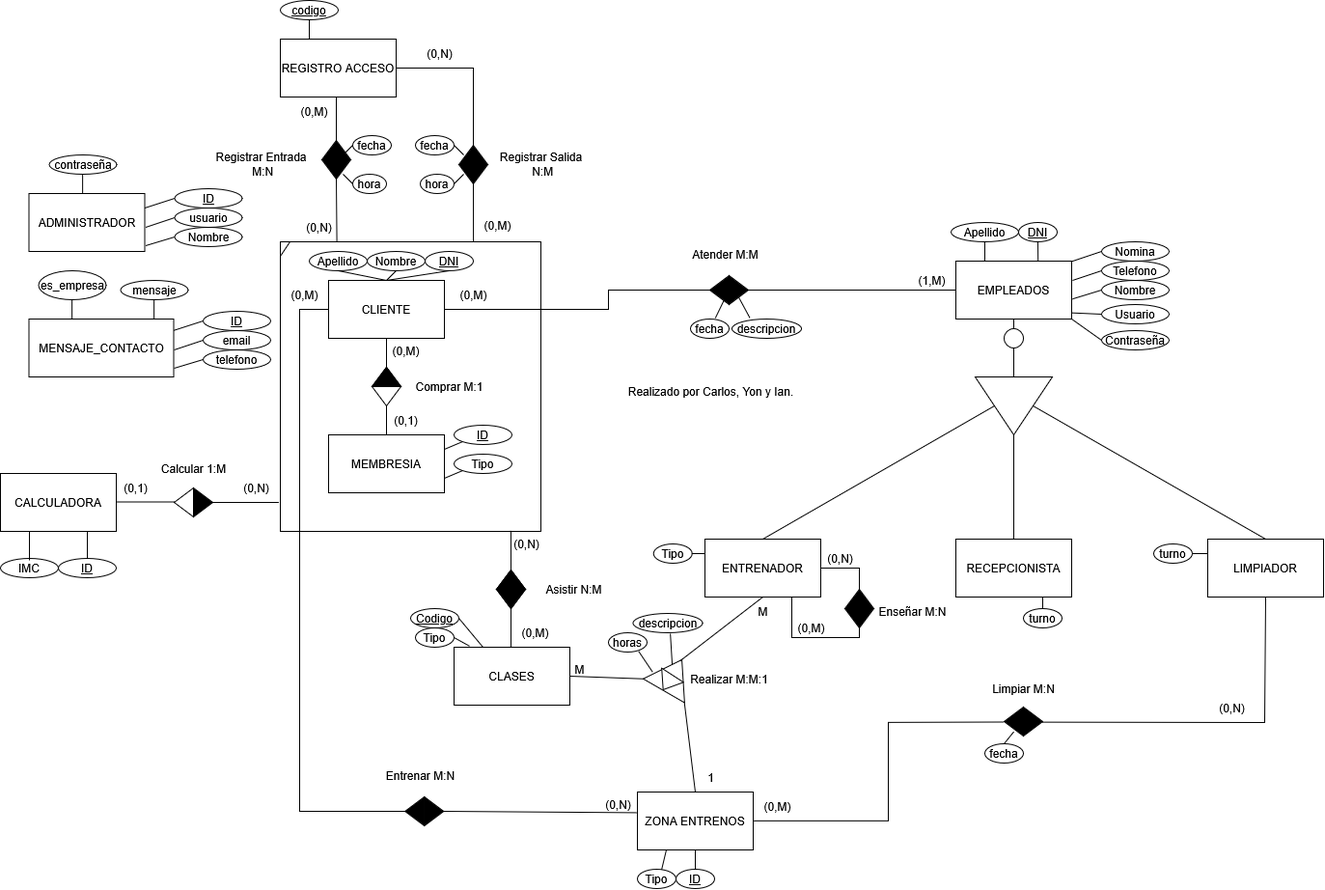
Above: BaseDatos/Entidad Relacion/Entidad Relacion.drawio.png in cmr-dam/ProyectoIntermodular-ICY (draw.io), before the change. Source tidied: cells renumbered, new cells last; positions are measured from the earlier drawing's top-left corner, leaving out a move shared by most shapes.
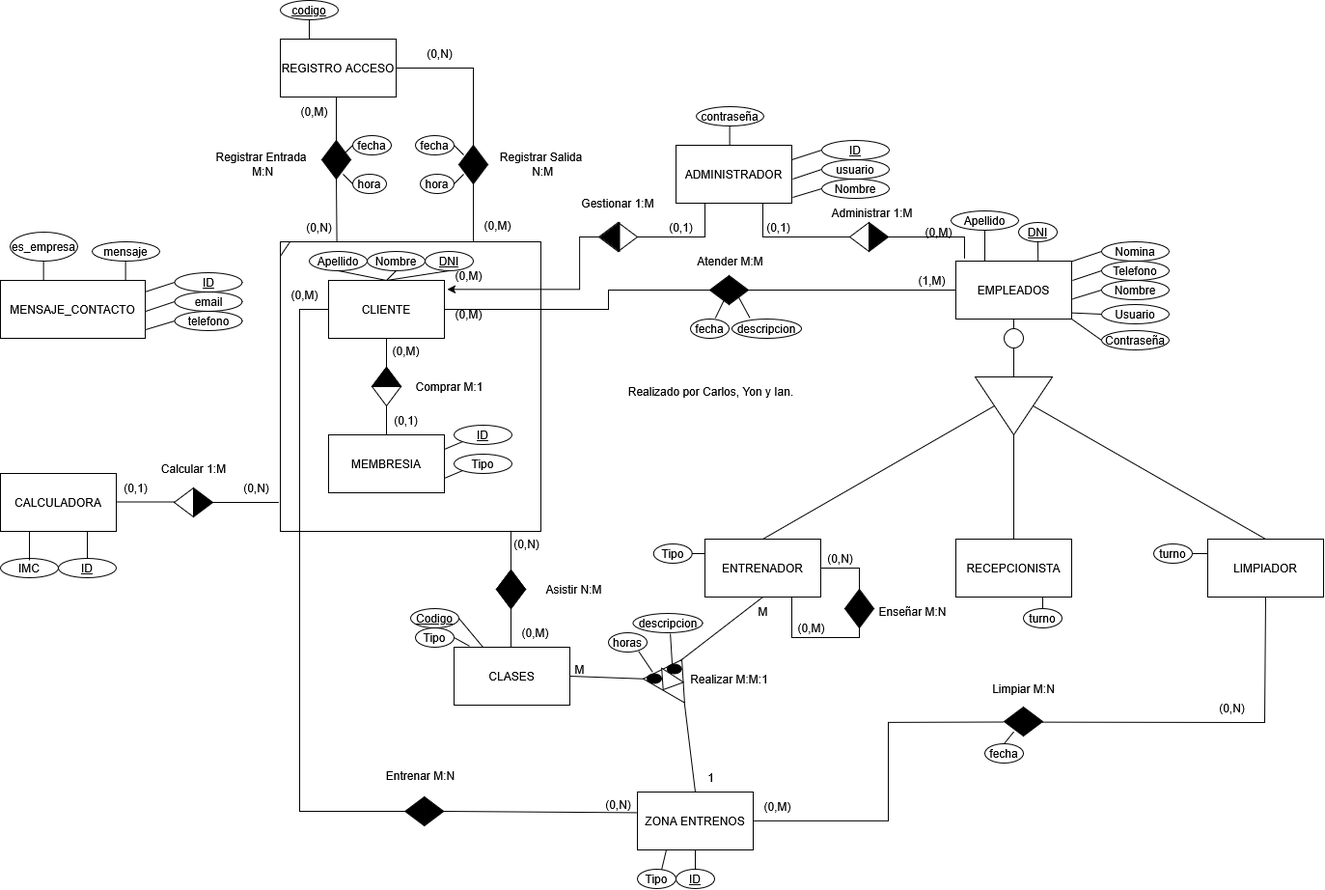
After the commit.

Commit message:
Se actualiza el ER, y se añade la memoria del proyecto intermodular

What changed in the source:
```diff
@@ -60,9 +60,6 @@
     <mxCell id="19" value="Comprar M:1" style="text;html=1;align=center;verticalAlign=middle;strokeColor=none;fillColor=none;" parent="18" vertex="1">
       <mxGeometry x="130" y="135" width="90" height="30" as="geometry" />
     </mxCell>
-    <mxCell id="20" value="(0,M)" style="text;html=1;align=center;verticalAlign=middle;strokeColor=none;fillColor=none;" parent="18" vertex="1">
-      <mxGeometry x="175" y="40" width="50" height="30" as="geometry" />
-    </mxCell>
     <mxCell id="21" style="triangle;whiteSpace=wrap;html=1;rotation=-90;fillColor=light-dark(#000000,#000000);" parent="18" vertex="1">
       <mxGeometry x="100" y="125" width="20" height="30" as="geometry" />
     </mxCell>
@@ -75,6 +72,12 @@
     <mxCell id="24" style="triangle;whiteSpace=wrap;html=1;rotation=-90;fillStyle=solid;fillColor=#000000;" parent="18" vertex="1">
       <mxGeometry x="100" y="125" width="20" height="30" as="geometry" />
     </mxCell>
+    <mxCell id="178" value="(0,M)" style="text;html=1;align=center;verticalAlign=middle;strokeColor=none;fillColor=none;" parent="18" vertex="1">
+      <mxGeometry x="170" y="60" width="50" height="30" as="geometry" />
+    </mxCell>
+    <mxCell id="179" value="(0,M)" style="text;html=1;align=center;verticalAlign=middle;strokeColor=none;fillColor=none;" parent="18" vertex="1">
+      <mxGeometry x="170" y="20" width="50" height="30" as="geometry" />
+    </mxCell>
     <mxCell id="25" style="endArrow=none;html=1;rounded=0;exitX=-0.006;exitY=0.9;exitDx=0;exitDy=0;exitPerimeter=0;" parent="1" edge="1" source="18">
       <mxGeometry relative="1" as="geometry">
         <mxPoint x="220" y="520" as="targetPoint" />
@@ -310,7 +313,7 @@
       <mxGeometry x="1141" y="290" width="70" height="20" as="geometry" />
     </mxCell>
     <mxCell id="90" value="Apellido" style="ellipse;whiteSpace=wrap;html=1;" parent="1" vertex="1">
-      <mxGeometry x="985" y="230" width="70" height="20" as="geometry" />
+      <mxGeometry x="985" y="218" width="70" height="20" as="geometry" />
     </mxCell>
     <mxCell id="91" value="Nomina" style="ellipse;whiteSpace=wrap;html=1;" parent="1" vertex="1">
       <mxGeometry x="1141" y="250" width="70" height="20" as="geometry" />
@@ -424,7 +427,7 @@
       <mxGeometry x="705" y="687.5" width="100" height="30" as="geometry" />
     </mxCell>
     <mxCell id="120" value="Atender M:M" style="text;html=1;align=center;verticalAlign=middle;strokeColor=none;fillColor=none;" parent="1" vertex="1">
-      <mxGeometry x="705.7" y="248" width="90" height="30" as="geometry" />
+      <mxGeometry x="711" y="255" width="90" height="30" as="geometry" />
     </mxCell>
     <mxCell id="121" style="endArrow=none;html=1;rounded=0;exitX=1;exitY=0.5;exitDx=0;exitDy=0;entryX=0;entryY=0.5;entryDx=0;entryDy=0;" parent="1" edge="1" source="2">
       <mxGeometry relative="1" as="geometry">
@@ -488,93 +491,12 @@
     <mxCell id="137" style="triangle;whiteSpace=wrap;html=1;rotation=-180;fillColor=#000000;fillStyle=solid;" parent="1" vertex="1">
       <mxGeometry x="735" y="285" width="20" height="30" as="geometry" />
     </mxCell>
-    <mxCell id="138" value="ADMINISTRADOR" style="rounded=0;whiteSpace=wrap;html=1;" parent="1" vertex="1">
-      <mxGeometry x="29.5" y="200" width="120" height="60" as="geometry" />
-    </mxCell>
-    <mxCell id="139" value="usuario" style="ellipse;whiteSpace=wrap;html=1;" parent="1" vertex="1">
-      <mxGeometry x="180.5" y="215" width="70" height="20" as="geometry" />
-    </mxCell>
-    <mxCell id="140" value="Nombre" style="ellipse;whiteSpace=wrap;html=1;" parent="1" vertex="1">
-      <mxGeometry x="180.5" y="235" width="70" height="20" as="geometry" />
-    </mxCell>
-    <mxCell id="141" value="&lt;u&gt;ID&lt;/u&gt;" style="ellipse;whiteSpace=wrap;html=1;" parent="1" vertex="1">
-      <mxGeometry x="180.5" y="195" width="70" height="20" as="geometry" />
-    </mxCell>
-    <mxCell id="142" style="endArrow=none;html=1;rounded=0;entryX=0;entryY=0.5;entryDx=0;entryDy=0;exitX=0.992;exitY=0.173;exitDx=0;exitDy=0;exitPerimeter=0;" parent="1" edge="1" target="141">
-      <mxGeometry relative="1" as="geometry">
-        <mxPoint x="149.5" y="215" as="sourcePoint" />
-      </mxGeometry>
-    </mxCell>
-    <mxCell id="143" style="endArrow=none;html=1;rounded=0;entryX=0;entryY=0.5;entryDx=0;entryDy=0;exitX=1;exitY=0.5;exitDx=0;exitDy=0;" parent="1" edge="1" target="139">
-      <mxGeometry relative="1" as="geometry">
-        <mxPoint x="150.5" y="235" as="sourcePoint" />
-      </mxGeometry>
-    </mxCell>
-    <mxCell id="144" style="endArrow=none;html=1;rounded=0;entryX=0;entryY=0.5;entryDx=0;entryDy=0;exitX=1;exitY=0.82;exitDx=0;exitDy=0;exitPerimeter=0;" parent="1" edge="1" target="140">
-      <mxGeometry relative="1" as="geometry">
-        <mxPoint x="150.5" y="254" as="sourcePoint" />
-      </mxGeometry>
-    </mxCell>
-    <mxCell id="145" value="contraseña" style="ellipse;whiteSpace=wrap;html=1;" parent="1" vertex="1">
-      <mxGeometry x="50.5" y="160" width="70" height="20" as="geometry" />
-    </mxCell>
-    <mxCell id="146" style="endArrow=none;html=1;rounded=0;entryX=0.5;entryY=1;entryDx=0;entryDy=0;exitX=0.25;exitY=0;exitDx=0;exitDy=0;" parent="1" edge="1">
-      <mxGeometry relative="1" as="geometry">
-        <mxPoint x="85.1" y="200" as="sourcePoint" />
-        <mxPoint x="85.1" y="180" as="targetPoint" />
-      </mxGeometry>
-    </mxCell>
-    <mxCell id="147" value="email" style="ellipse;whiteSpace=wrap;html=1;" parent="1" vertex="1">
-      <mxGeometry x="210" y="342" width="70" height="20" as="geometry" />
-    </mxCell>
-    <mxCell id="148" value="telefono" style="ellipse;whiteSpace=wrap;html=1;" parent="1" vertex="1">
-      <mxGeometry x="210" y="362" width="70" height="20" as="geometry" />
-    </mxCell>
-    <mxCell id="149" value="&lt;u&gt;ID&lt;/u&gt;" style="ellipse;whiteSpace=wrap;html=1;" parent="1" vertex="1">
-      <mxGeometry x="210" y="322" width="70" height="20" as="geometry" />
-    </mxCell>
-    <mxCell id="150" style="endArrow=none;html=1;rounded=0;entryX=0;entryY=0.5;entryDx=0;entryDy=0;exitX=0.992;exitY=0.173;exitDx=0;exitDy=0;exitPerimeter=0;" parent="1" edge="1" target="149">
-      <mxGeometry relative="1" as="geometry">
-        <mxPoint x="179" y="342" as="sourcePoint" />
-      </mxGeometry>
-    </mxCell>
-    <mxCell id="151" style="endArrow=none;html=1;rounded=0;entryX=0;entryY=0.5;entryDx=0;entryDy=0;exitX=1;exitY=0.5;exitDx=0;exitDy=0;" parent="1" edge="1" target="147">
-      <mxGeometry relative="1" as="geometry">
-        <mxPoint x="180" y="362" as="sourcePoint" />
-      </mxGeometry>
-    </mxCell>
-    <mxCell id="152" style="endArrow=none;html=1;rounded=0;entryX=0;entryY=0.5;entryDx=0;entryDy=0;exitX=1;exitY=0.82;exitDx=0;exitDy=0;exitPerimeter=0;" parent="1" edge="1" target="148">
-      <mxGeometry relative="1" as="geometry">
-        <mxPoint x="180" y="381" as="sourcePoint" />
-      </mxGeometry>
-    </mxCell>
-    <mxCell id="153" value="mensaje" style="ellipse;whiteSpace=wrap;html=1;" parent="1" vertex="1">
-      <mxGeometry x="124.5" y="290" width="70" height="20" as="geometry" />
-    </mxCell>
-    <mxCell id="154" style="endArrow=none;html=1;rounded=0;entryX=0.5;entryY=1;entryDx=0;entryDy=0;exitX=0.25;exitY=0;exitDx=0;exitDy=0;" parent="1" edge="1">
-      <mxGeometry relative="1" as="geometry">
-        <mxPoint x="159.1" y="330" as="sourcePoint" />
-        <mxPoint x="159.1" y="310" as="targetPoint" />
-      </mxGeometry>
-    </mxCell>
-    <mxCell id="155" value="es_empresa" style="ellipse;whiteSpace=wrap;html=1;" parent="1" vertex="1">
-      <mxGeometry x="39.5" y="280" width="70" height="30" as="geometry" />
-    </mxCell>
-    <mxCell id="156" style="endArrow=none;html=1;rounded=0;entryX=0.5;entryY=1;entryDx=0;entryDy=0;exitX=0.25;exitY=0;exitDx=0;exitDy=0;" parent="1" edge="1">
-      <mxGeometry relative="1" as="geometry">
-        <mxPoint x="74.1" y="330" as="sourcePoint" />
-        <mxPoint x="74.1" y="310" as="targetPoint" />
-      </mxGeometry>
-    </mxCell>
     <mxCell id="157" style="triangle;whiteSpace=wrap;html=1;rotation=-90;fillStyle=solid;fillColor=#000000;" parent="1" vertex="1">
       <mxGeometry x="519" y="585" width="20" height="30" as="geometry" />
     </mxCell>
     <mxCell id="158" style="triangle;whiteSpace=wrap;html=1;rotation=90;fillStyle=solid;fillColor=#000000;" parent="1" vertex="1">
       <mxGeometry x="519" y="605" width="20" height="30" as="geometry" />
     </mxCell>
-    <mxCell id="159" value="MENSAJE_CONTACTO" style="rounded=0;whiteSpace=wrap;html=1;" parent="1" vertex="1">
-      <mxGeometry x="29.5" y="330" width="150" height="60" as="geometry" />
-    </mxCell>
     <mxCell id="160" style="endArrow=none;html=1;rounded=0;exitX=0;exitY=0.5;exitDx=0;exitDy=0;" parent="1" edge="1" source="2">
       <mxGeometry relative="1" as="geometry">
         <mxPoint x="420" y="840" as="targetPoint" />
@@ -637,5 +559,151 @@
     <mxCell id="177" style="endArrow=none;html=1;rounded=0;entryX=0;entryY=0.5;entryDx=0;entryDy=0;exitX=1;exitY=1;exitDx=0;exitDy=0;" parent="1" edge="1" source="83" target="176">
       <mxGeometry relative="1" as="geometry" />
     </mxCell>
+    <mxCell id="180" style="ellipse;fillColor=strokeColor;html=1;" parent="1" vertex="1">
+      <mxGeometry x="670" y="697.5" width="15" height="10" as="geometry" />
+    </mxCell>
+    <mxCell id="181" style="ellipse;fillColor=strokeColor;html=1;" parent="1" vertex="1">
+      <mxGeometry x="690.7" y="687.5" width="15" height="10" as="geometry" />
+    </mxCell>
+    <mxCell id="182" style="edgeStyle=orthogonalEdgeStyle;rounded=0;jettySize=auto;html=1;entryX=1;entryY=0.5;entryDx=0;entryDy=0;exitX=0.75;exitY=1;exitDx=0;exitDy=0;endArrow=none;endFill=0;" parent="1" edge="1" source="138" target="196">
+      <mxGeometry relative="1" as="geometry">
+        <Array as="points">
+          <mxPoint x="790" y="245" />
+        </Array>
+      </mxGeometry>
+    </mxCell>
+    <mxCell id="183" style="edgeStyle=orthogonalEdgeStyle;rounded=0;jettySize=auto;html=1;entryX=1;entryY=0.5;entryDx=0;entryDy=0;exitX=0.25;exitY=1;exitDx=0;exitDy=0;endArrow=none;endFill=0;" parent="1" edge="1" source="138" target="199">
+      <mxGeometry relative="1" as="geometry">
+        <Array as="points">
+          <mxPoint x="730" y="245" />
+        </Array>
+      </mxGeometry>
+    </mxCell>
+    <mxCell id="138" value="ADMINISTRADOR" style="rounded=0;whiteSpace=wrap;html=1;" parent="1" vertex="1">
+      <mxGeometry x="700" y="150" width="120" height="60" as="geometry" />
+    </mxCell>
+    <mxCell id="139" value="usuario" style="ellipse;whiteSpace=wrap;html=1;" parent="1" vertex="1">
+      <mxGeometry x="851" y="165" width="70" height="20" as="geometry" />
+    </mxCell>
+    <mxCell id="140" value="Nombre" style="ellipse;whiteSpace=wrap;html=1;" parent="1" vertex="1">
+      <mxGeometry x="851" y="185" width="70" height="20" as="geometry" />
+    </mxCell>
+    <mxCell id="184" value="&lt;u&gt;ID&lt;/u&gt;" style="ellipse;whiteSpace=wrap;html=1;" parent="1" vertex="1">
+      <mxGeometry x="851" y="145" width="70" height="20" as="geometry" />
+    </mxCell>
+    <mxCell id="185" style="endArrow=none;html=1;rounded=0;entryX=0;entryY=0.5;entryDx=0;entryDy=0;exitX=0.992;exitY=0.173;exitDx=0;exitDy=0;exitPerimeter=0;" parent="1" edge="1" target="184">
+      <mxGeometry relative="1" as="geometry">
+        <mxPoint x="820" y="165" as="sourcePoint" />
+      </mxGeometry>
+    </mxCell>
+    <mxCell id="186" style="endArrow=none;html=1;rounded=0;entryX=0;entryY=0.5;entryDx=0;entryDy=0;exitX=1;exitY=0.5;exitDx=0;exitDy=0;" parent="1" edge="1" target="139">
+      <mxGeometry relative="1" as="geometry">
+        <mxPoint x="821" y="185" as="sourcePoint" />
+      </mxGeometry>
+    </mxCell>
+    <mxCell id="187" style="endArrow=none;html=1;rounded=0;entryX=0;entryY=0.5;entryDx=0;entryDy=0;exitX=1;exitY=0.82;exitDx=0;exitDy=0;exitPerimeter=0;" parent="1" edge="1" target="140">
+      <mxGeometry relative="1" as="geometry">
+        <mxPoint x="821" y="204" as="sourcePoint" />
+      </mxGeometry>
+    </mxCell>
+    <mxCell id="145" value="contraseña" style="ellipse;whiteSpace=wrap;html=1;" parent="1" vertex="1">
+      <mxGeometry x="721" y="110" width="70" height="20" as="geometry" />
+    </mxCell>
+    <mxCell id="188" style="endArrow=none;html=1;rounded=0;entryX=0.5;entryY=1;entryDx=0;entryDy=0;exitX=0.25;exitY=0;exitDx=0;exitDy=0;" parent="1" edge="1">
+      <mxGeometry relative="1" as="geometry">
+        <mxPoint x="755.6" y="150" as="sourcePoint" />
+        <mxPoint x="755.6" y="130" as="targetPoint" />
+      </mxGeometry>
+    </mxCell>
+    <mxCell id="147" value="email" style="ellipse;whiteSpace=wrap;html=1;" parent="1" vertex="1">
+      <mxGeometry x="180.5" y="302" width="70" height="20" as="geometry" />
+    </mxCell>
+    <mxCell id="148" value="telefono" style="ellipse;whiteSpace=wrap;html=1;" parent="1" vertex="1">
+      <mxGeometry x="180.5" y="322" width="70" height="20" as="geometry" />
+    </mxCell>
+    <mxCell id="189" value="&lt;u&gt;ID&lt;/u&gt;" style="ellipse;whiteSpace=wrap;html=1;" parent="1" vertex="1">
+      <mxGeometry x="180.5" y="282" width="70" height="20" as="geometry" />
+    </mxCell>
+    <mxCell id="190" style="endArrow=none;html=1;rounded=0;entryX=0;entryY=0.5;entryDx=0;entryDy=0;exitX=0.992;exitY=0.173;exitDx=0;exitDy=0;exitPerimeter=0;" parent="1" edge="1" target="189">
+      <mxGeometry relative="1" as="geometry">
+        <mxPoint x="149.5" y="302" as="sourcePoint" />
+      </mxGeometry>
+    </mxCell>
+    <mxCell id="191" style="endArrow=none;html=1;rounded=0;entryX=0;entryY=0.5;entryDx=0;entryDy=0;exitX=1;exitY=0.5;exitDx=0;exitDy=0;" parent="1" edge="1" target="147">
+      <mxGeometry relative="1" as="geometry">
+        <mxPoint x="150.5" y="322" as="sourcePoint" />
+      </mxGeometry>
+    </mxCell>
+    <mxCell id="192" style="endArrow=none;html=1;rounded=0;entryX=0;entryY=0.5;entryDx=0;entryDy=0;exitX=1;exitY=0.82;exitDx=0;exitDy=0;exitPerimeter=0;" parent="1" edge="1" target="148">
+      <mxGeometry relative="1" as="geometry">
+        <mxPoint x="150.5" y="341" as="sourcePoint" />
+      </mxGeometry>
+    </mxCell>
+    <mxCell id="153" value="mensaje" style="ellipse;whiteSpace=wrap;html=1;" parent="1" vertex="1">
+      <mxGeometry x="95" y="250" width="70" height="20" as="geometry" />
+    </mxCell>
+    <mxCell id="193" style="endArrow=none;html=1;rounded=0;entryX=0.5;entryY=1;entryDx=0;entryDy=0;exitX=0.25;exitY=0;exitDx=0;exitDy=0;" parent="1" edge="1">
+      <mxGeometry relative="1" as="geometry">
+        <mxPoint x="129.6" y="290" as="sourcePoint" />
+        <mxPoint x="129.6" y="270" as="targetPoint" />
+      </mxGeometry>
+    </mxCell>
+    <mxCell id="155" value="es_empresa" style="ellipse;whiteSpace=wrap;html=1;" parent="1" vertex="1">
+      <mxGeometry x="10" y="240" width="70" height="30" as="geometry" />
+    </mxCell>
+    <mxCell id="194" style="endArrow=none;html=1;rounded=0;entryX=0.5;entryY=1;entryDx=0;entryDy=0;exitX=0.25;exitY=0;exitDx=0;exitDy=0;" parent="1" edge="1">
+      <mxGeometry relative="1" as="geometry">
+        <mxPoint x="44.6" y="290" as="sourcePoint" />
+        <mxPoint x="44.6" y="270" as="targetPoint" />
+      </mxGeometry>
+    </mxCell>
+    <mxCell id="159" value="MENSAJE_CONTACTO" style="rounded=0;whiteSpace=wrap;html=1;" parent="1" vertex="1">
+      <mxGeometry y="290" width="150" height="60" as="geometry" />
+    </mxCell>
+    <mxCell id="195" style="triangle;whiteSpace=wrap;html=1;rotation=0;fillStyle=solid;fillColor=#000000;" parent="1" vertex="1">
+      <mxGeometry x="900" y="230" width="20" height="30" as="geometry" />
+    </mxCell>
+    <mxCell id="196" style="triangle;whiteSpace=wrap;html=1;rotation=-180;" parent="1" vertex="1">
+      <mxGeometry x="880" y="230" width="20" height="30" as="geometry" />
+    </mxCell>
+    <mxCell id="197" style="edgeStyle=orthogonalEdgeStyle;rounded=0;jettySize=auto;html=1;entryX=0.075;entryY=-0.046;entryDx=0;entryDy=0;entryPerimeter=0;endArrow=none;endFill=0;" parent="1" edge="1" source="195" target="83">
+      <mxGeometry relative="1" as="geometry">
+        <Array as="points">
+          <mxPoint x="999" y="245" />
+        </Array>
+      </mxGeometry>
+    </mxCell>
+    <mxCell id="198" style="triangle;whiteSpace=wrap;html=1;rotation=-180;direction=east;" parent="1" vertex="1">
+      <mxGeometry x="620" y="230" width="20" height="30" as="geometry" />
+    </mxCell>
+    <mxCell id="199" style="triangle;whiteSpace=wrap;html=1;rotation=-180;direction=west;" parent="1" vertex="1">
+      <mxGeometry x="640" y="230" width="20" height="30" as="geometry" />
+    </mxCell>
+    <mxCell id="200" style="triangle;whiteSpace=wrap;html=1;rotation=-180;fillColor=#000000;fillStyle=solid;" parent="1" vertex="1">
+      <mxGeometry x="621.4" y="230" width="20" height="30" as="geometry" />
+    </mxCell>
+    <mxCell id="201" style="edgeStyle=orthogonalEdgeStyle;rounded=0;jettySize=auto;html=1;entryX=1.023;entryY=0.155;entryDx=0;entryDy=0;entryPerimeter=0;" parent="1" edge="1" source="198" target="2">
+      <mxGeometry relative="1" as="geometry">
+        <Array as="points">
+          <mxPoint x="600" y="245" />
+          <mxPoint x="600" y="299" />
+        </Array>
+      </mxGeometry>
+    </mxCell>
+    <mxCell id="202" value="Gestionar 1:M" style="text;html=1;whiteSpace=wrap;strokeColor=none;fillColor=none;align=center;verticalAlign=middle;rounded=0;" parent="1" vertex="1">
+      <mxGeometry x="599" y="195" width="82" height="30" as="geometry" />
+    </mxCell>
+    <mxCell id="203" value="(0,1)" style="text;html=1;align=center;verticalAlign=middle;strokeColor=none;fillColor=none;" parent="1" vertex="1">
+      <mxGeometry x="680" y="220" width="50" height="30" as="geometry" />
+    </mxCell>
+    <mxCell id="204" value="Administrar 1:M" style="text;html=1;whiteSpace=wrap;strokeColor=none;fillColor=none;align=center;verticalAlign=middle;rounded=0;" parent="1" vertex="1">
+      <mxGeometry x="860" y="205" width="87" height="30" as="geometry" />
+    </mxCell>
+    <mxCell id="205" value="(0,1)" style="text;html=1;align=center;verticalAlign=middle;strokeColor=none;fillColor=none;" parent="1" vertex="1">
+      <mxGeometry x="781.4" y="220" width="50" height="30" as="geometry" />
+    </mxCell>
+    <mxCell id="206" value="(0,M)" style="text;html=1;align=center;verticalAlign=middle;strokeColor=none;fillColor=none;" parent="1" vertex="1">
+      <mxGeometry x="947" y="225" width="50" height="30" as="geometry" />
+    </mxCell>
   </root>
 </mxGraphModel>
```
